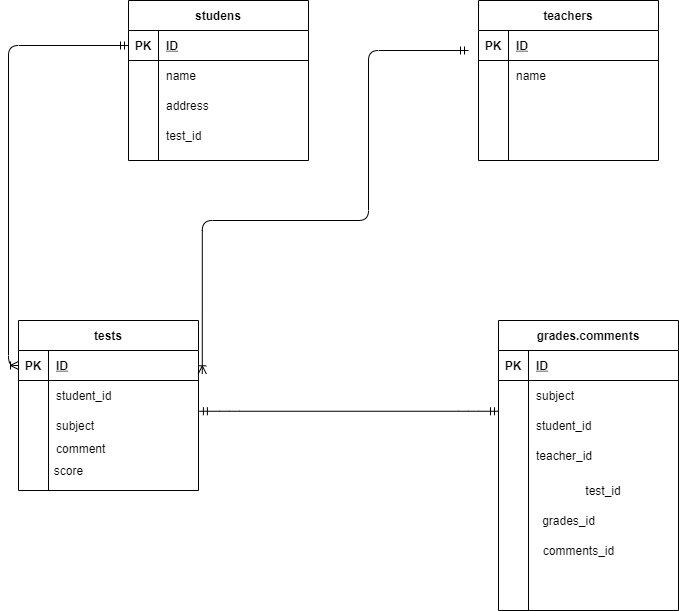
Riko-15/DB keeps this draw.io diagram as index.drawio.png. Above is the earlier version. Source tidied: cells renumbered, new cells last; positions are measured from the earlier drawing's top-left corner, leaving out a move shared by most shapes.
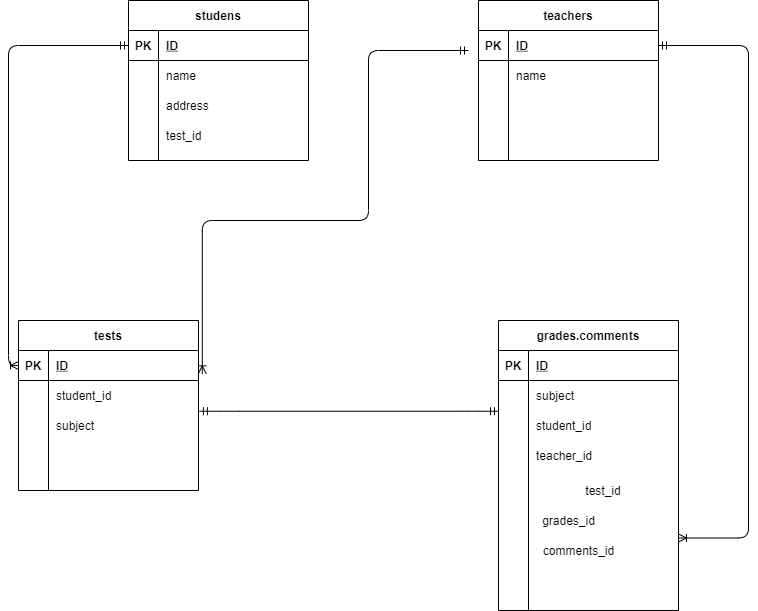
The same diagram one commit later.

The edit, as a diff of the source:
```diff
@@ -116,7 +116,7 @@
     <mxCell id="39" style="shape=partialRectangle;fillColor=none;top=0;left=0;bottom=0;right=0;overflow=hidden;" parent="38" vertex="1">
       <mxGeometry width="30" height="20" as="geometry" />
     </mxCell>
-    <mxCell id="40" value="comment&#10;" style="shape=partialRectangle;fillColor=none;top=0;left=0;bottom=0;right=0;align=left;spacingLeft=6;overflow=hidden;" parent="38" vertex="1">
+    <mxCell id="40" style="shape=partialRectangle;fillColor=none;top=0;left=0;bottom=0;right=0;align=left;spacingLeft=6;overflow=hidden;" parent="38" vertex="1">
       <mxGeometry x="30" width="150" height="20" as="geometry" />
     </mxCell>
     <mxCell id="41" value="grades.comments" style="shape=table;startSize=30;rowLines=0;fontStyle=1;align=center;" parent="1" vertex="1">
@@ -183,14 +183,18 @@
     <mxCell id="59" style="edgeStyle=entityRelationEdgeStyle;fontSize=12;html=1;endArrow=ERmandOne;startArrow=ERmandOne;exitX=1.005;exitY=0.025;exitDx=0;exitDy=0;exitPerimeter=0;entryX=0;entryY=0.025;entryDx=0;entryDy=0;entryPerimeter=0;" parent="1" edge="1" source="35" target="48">
       <mxGeometry relative="1" as="geometry" />
     </mxCell>
-    <mxCell id="60" value="score&lt;br&gt;" style="text;html=1;align=center;verticalAlign=middle;" parent="1" vertex="1">
-      <mxGeometry x="30" y="460" width="40" height="20" as="geometry" />
-    </mxCell>
     <mxCell id="61" value="grades_id&lt;br&gt;" style="text;html=1;align=center;verticalAlign=middle;" parent="1" vertex="1">
       <mxGeometry x="515" y="510" width="70" height="20" as="geometry" />
     </mxCell>
     <mxCell id="62" value="comments_id&lt;br&gt;" style="text;html=1;align=center;verticalAlign=middle;" parent="1" vertex="1">
       <mxGeometry x="515" y="540" width="90" height="20" as="geometry" />
     </mxCell>
+    <mxCell id="63" style="edgeStyle=elbowEdgeStyle;fontSize=12;html=1;endArrow=ERoneToMany;startArrow=ERmandOne;exitX=1;exitY=0.5;exitDx=0;exitDy=0;entryX=1;entryY=0.75;entryDx=0;entryDy=0;" parent="1" edge="1" source="16" target="41">
+      <mxGeometry relative="1" as="geometry">
+        <Array as="points">
+          <mxPoint x="730" y="300" />
+        </Array>
+      </mxGeometry>
+    </mxCell>
   </root>
 </mxGraphModel>
```
